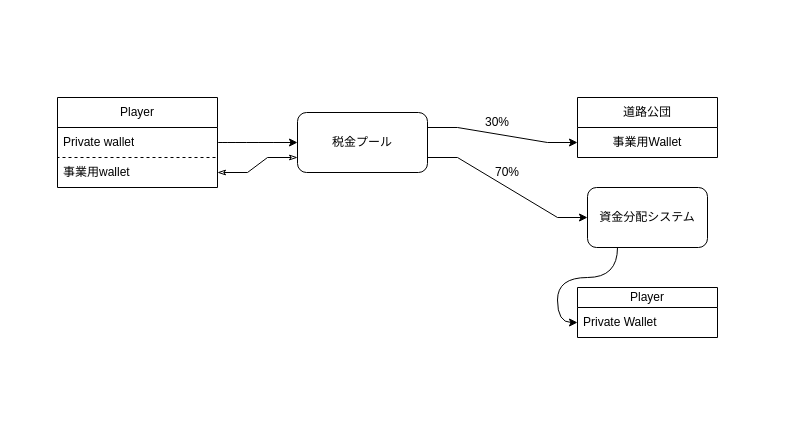
This is economy.drawio from Poteto-Groove/Economy-Plugin-Flow, a draw.io file, before an edit. Source tidied: cells renumbered, new cells numbered last; positions are measured from the earlier drawing's top-left corner, leaving out a move shared by most shapes. Both pictures are drawn from the tidied source at 100%, with x=0, y=0 at pixel (57, 97).
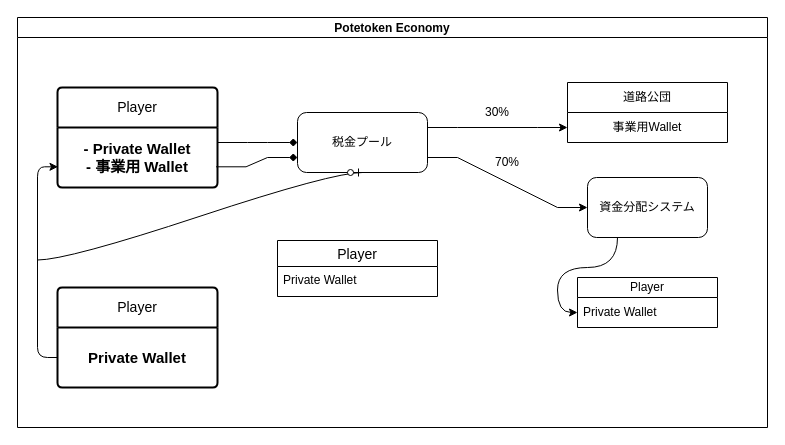
Above is the later version.

The change refers to these unchanged cells:
```xml
<mxCell id="7" value="税金プール" style="rounded=1;whiteSpace=wrap;html=1;" parent="1" vertex="1">
  <mxGeometry x="240" y="15" width="130" height="60" as="geometry" />
</mxCell>
<mxCell id="14" value="Private Wallet" style="text;strokeColor=none;fillColor=none;align=left;verticalAlign=middle;spacingLeft=4;spacingRight=4;overflow=hidden;points=[[0,0.5],[1,0.5]];portConstraint=eastwest;whiteSpace=wrap;html=1;" parent="13" vertex="1">
  <mxGeometry y="20" width="140" height="30" as="geometry" />
</mxCell>
```

The edit, as a diff of the source:
```diff
@@
-    <mxCell id="2" value="Player" style="swimlane;fontStyle=0;horizontal=1;startSize=30;whiteSpace=wrap;html=1;" parent="1" vertex="1">
-      <mxGeometry width="160" height="90" as="geometry" />
-    </mxCell>
-    <mxCell id="3" value="Private wallet" style="text;strokeColor=default;fillColor=none;align=left;verticalAlign=middle;spacingLeft=4;spacingRight=4;overflow=hidden;points=[[0,0.5],[1,0.5]];portConstraint=eastwest;whiteSpace=wrap;html=1;dashed=1;" parent="2" vertex="1">
-      <mxGeometry y="30" width="160" height="30" as="geometry" />
-    </mxCell>
-    <mxCell id="4" value="事業用wallet" style="text;strokeColor=none;fillColor=none;align=left;verticalAlign=middle;spacingLeft=4;spacingRight=4;overflow=hidden;points=[[0,0.5],[1,0.5]];portConstraint=eastwest;whiteSpace=wrap;html=1;" parent="2" vertex="1">
-      <mxGeometry y="60" width="160" height="30" as="geometry" />
-    </mxCell>
@@
-    <mxCell id="8" style="edgeStyle=orthogonalEdgeStyle;rounded=0;jettySize=auto;html=1;exitX=1;exitY=0.5;exitDx=0;exitDy=0;entryX=0;entryY=0.5;entryDx=0;entryDy=0;curved=1;" parent="1" edge="1" source="3" target="7">
+    <mxCell id="8" style="edgeStyle=entityRelationEdgeStyle;rounded=0;jettySize=auto;html=1;exitX=1;exitY=0.25;exitDx=0;exitDy=0;entryX=0;entryY=0.5;entryDx=0;entryDy=0;endArrow=diamond;endFill=1;" parent="1" edge="1" source="22" target="7">
       <mxGeometry relative="1" as="geometry" />
     </mxCell>
-    <mxCell id="9" style="edgeStyle=entityRelationEdgeStyle;rounded=0;jettySize=auto;html=1;exitX=1;exitY=0.5;exitDx=0;exitDy=0;entryX=0;entryY=0.75;entryDx=0;entryDy=0;startArrow=classicThin;startFill=0;endArrow=classicThin;endFill=0;" parent="1" edge="1" source="4" target="7">
+    <mxCell id="9" style="edgeStyle=entityRelationEdgeStyle;rounded=0;jettySize=auto;html=1;exitX=0.991;exitY=0.655;exitDx=0;exitDy=0;entryX=0;entryY=0.75;entryDx=0;entryDy=0;startArrow=none;startFill=0;endArrow=diamond;endFill=1;exitPerimeter=0;" parent="1" edge="1" source="22" target="7">
       <mxGeometry relative="1" as="geometry" />
     </mxCell>
+    <mxCell id="18" value="Potetoken Economy" style="swimlane;startSize=20;horizontal=1;horizontalTree=0;sortEdges=1;containerType=tree;fontSize=12;" parent="1" vertex="1">
+      <mxGeometry x="-40" y="-80" width="750" height="410" as="geometry" />
+    </mxCell>
-    <mxCell id="10" value="道路公団" style="swimlane;fontStyle=0;horizontal=1;startSize=30;whiteSpace=wrap;html=1;" parent="1" vertex="1">
-      <mxGeometry x="520" width="140" height="60" as="geometry" />
+    <mxCell id="10" value="道路公団" style="swimlane;fontStyle=0;horizontal=1;startSize=30;whiteSpace=wrap;html=1;" parent="18" vertex="1">
+      <mxGeometry x="550" y="65" width="160" height="60" as="geometry" />
     </mxCell>
     <mxCell id="11" value="事業用Wallet" style="text;html=1;whiteSpace=wrap;strokeColor=none;fillColor=none;align=center;verticalAlign=middle;rounded=0;" parent="10" vertex="1">
-      <mxGeometry y="30" width="140" height="30" as="geometry" />
+      <mxGeometry y="30" width="160" height="30" as="geometry" />
     </mxCell>
-    <mxCell id="12" value="30%" style="text;html=1;whiteSpace=wrap;strokeColor=none;fillColor=none;align=center;verticalAlign=middle;rounded=0;" parent="1" vertex="1">
-      <mxGeometry x="410" y="10" width="60" height="30" as="geometry" />
-    </mxCell>
+    <mxCell id="16" value="資金分配システム" style="rounded=1;whiteSpace=wrap;html=1;" parent="18" vertex="1">
+      <mxGeometry x="570" y="160" width="120" height="60" as="geometry" />
+    </mxCell>
-    <mxCell id="13" value="Player" style="swimlane;fontStyle=0;horizontal=1;startSize=20;whiteSpace=wrap;html=1;" parent="1" vertex="1">
-      <mxGeometry x="520" y="190" width="140" height="50" as="geometry" />
+    <mxCell id="13" value="Player" style="swimlane;fontStyle=0;horizontal=1;startSize=20;whiteSpace=wrap;html=1;" parent="18" vertex="1">
+      <mxGeometry x="560" y="260" width="140" height="50" as="geometry" />
     </mxCell>
@@
-    <mxCell id="15" style="rounded=0;jettySize=auto;html=1;exitX=0.25;exitY=1;exitDx=0;exitDy=0;entryX=0;entryY=0.5;entryDx=0;entryDy=0;edgeStyle=orthogonalEdgeStyle;curved=1;" parent="1" edge="1" source="16" target="14">
+    <mxCell id="15" style="rounded=0;jettySize=auto;html=1;exitX=0.25;exitY=1;exitDx=0;exitDy=0;entryX=0;entryY=0.5;entryDx=0;entryDy=0;edgeStyle=orthogonalEdgeStyle;curved=1;" parent="18" edge="1" source="16" target="14">
       <mxGeometry relative="1" as="geometry" />
     </mxCell>
-    <mxCell id="16" value="資金分配システム" style="rounded=1;whiteSpace=wrap;html=1;" parent="1" vertex="1">
-      <mxGeometry x="530" y="90" width="120" height="60" as="geometry" />
-    </mxCell>
+    <mxCell id="12" value="30%" style="text;html=1;whiteSpace=wrap;strokeColor=none;fillColor=none;align=center;verticalAlign=middle;rounded=0;" parent="18" vertex="1">
+      <mxGeometry x="450" y="80" width="60" height="30" as="geometry" />
+    </mxCell>
-    <mxCell id="17" value="70%" style="text;html=1;whiteSpace=wrap;strokeColor=none;fillColor=none;align=center;verticalAlign=middle;rounded=0;" parent="1" vertex="1">
-      <mxGeometry x="420" y="60" width="60" height="30" as="geometry" />
+    <mxCell id="17" value="70%" style="text;html=1;whiteSpace=wrap;strokeColor=none;fillColor=none;align=center;verticalAlign=middle;rounded=0;" parent="18" vertex="1">
+      <mxGeometry x="460" y="130" width="60" height="30" as="geometry" />
     </mxCell>
+    <mxCell id="19" value="Player" style="swimlane;horizontal=1;startSize=40;rounded=1;fontSize=14;fontStyle=0;strokeWidth=2;shadow=0;dashed=0;align=center;arcSize=4;whiteSpace=wrap;html=1;" parent="18" vertex="1">
+      <mxGeometry x="40" y="270" width="160" height="100" as="geometry" />
+    </mxCell>
+    <mxCell id="20" value="&lt;b&gt;&lt;font style=&quot;font-size: 15px;&quot;&gt;Private Wallet&lt;/font&gt;&lt;/b&gt;" style="text;html=1;whiteSpace=wrap;strokeColor=none;fillColor=none;align=center;verticalAlign=middle;rounded=0;" parent="19" vertex="1">
+      <mxGeometry y="40" width="160" height="60" as="geometry" />
+    </mxCell>
+    <mxCell id="21" value="Player" style="swimlane;horizontal=1;startSize=40;rounded=1;fontSize=14;fontStyle=0;strokeWidth=2;shadow=0;dashed=0;align=center;arcSize=4;whiteSpace=wrap;html=1;" parent="18" vertex="1">
+      <mxGeometry x="40" y="70" width="160" height="100" as="geometry" />
+    </mxCell>
+    <mxCell id="22" value="&lt;b&gt;&lt;font style=&quot;font-size: 15px;&quot;&gt;- Private Wallet&lt;br&gt;- 事業用 Wallet&lt;/font&gt;&lt;/b&gt;" style="text;html=1;whiteSpace=wrap;strokeColor=none;fillColor=none;align=center;verticalAlign=middle;rounded=0;" parent="21" vertex="1">
+      <mxGeometry y="40" width="160" height="60" as="geometry" />
+    </mxCell>
+    <mxCell id="23" style="edgeStyle=orthogonalEdgeStyle;rounded=1;jettySize=auto;html=1;exitX=0;exitY=0.5;exitDx=0;exitDy=0;entryX=0.003;entryY=0.655;entryDx=0;entryDy=0;entryPerimeter=0;curved=0;" parent="18" edge="1" source="20" target="22">
+      <mxGeometry relative="1" as="geometry">
+        <Array as="points">
+          <mxPoint x="20" y="340" />
+          <mxPoint x="20" y="149" />
+        </Array>
+      </mxGeometry>
+    </mxCell>
+    <mxCell id="24" style="edgeStyle=entityRelationEdgeStyle;fontSize=12;html=1;endArrow=ERzeroToOne;endFill=1;rounded=0;entryX=0.5;entryY=1;entryDx=0;entryDy=0;curved=1;" parent="18" edge="1" target="7">
+      <mxGeometry relative="1" as="geometry">
+        <mxPoint x="20" y="242.5" as="sourcePoint" />
+      </mxGeometry>
+    </mxCell>
+    <mxCell id="25" value="Player" style="swimlane;fontStyle=0;horizontal=1;startSize=26;align=center;fontSize=14;" parent="1" vertex="1">
+      <mxGeometry x="220" y="143" width="160" height="56" as="geometry" />
+    </mxCell>
+    <mxCell id="26" value="Private Wallet" style="text;strokeColor=none;fillColor=none;spacingLeft=4;spacingRight=4;overflow=hidden;fontSize=12;whiteSpace=wrap;html=1;" parent="25" vertex="1">
+      <mxGeometry y="26" width="160" height="30" as="geometry" />
+    </mxCell>
```
